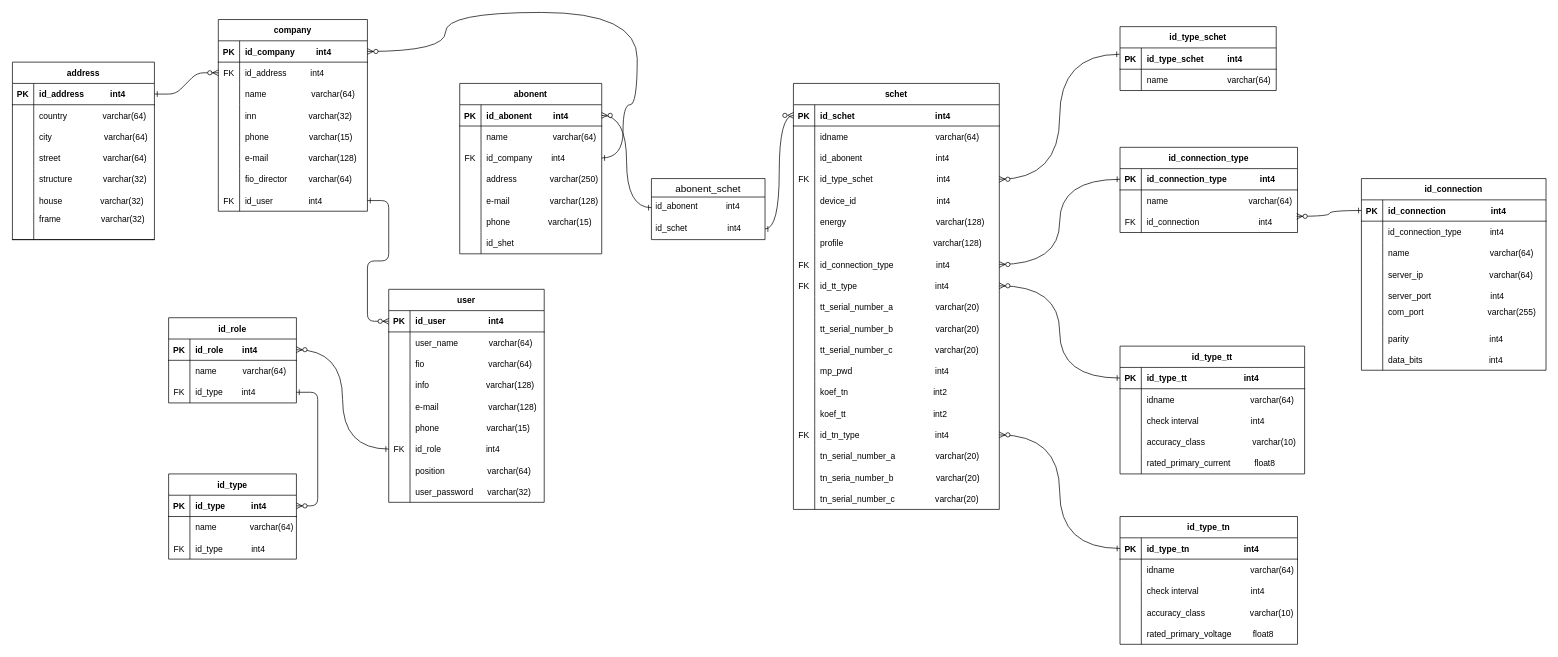
Earlier version of the draw.io diagram Диаграмма без названия.drawio (Leonid-Shashkin/Postgres). Source tidied: cells renumbered, new cells numbered last; positions are measured from the earlier drawing's top-left corner, leaving out a move shared by most shapes. Both pictures are drawn from the tidied source at 71%, with x=0, y=0 at pixel (12, 12).
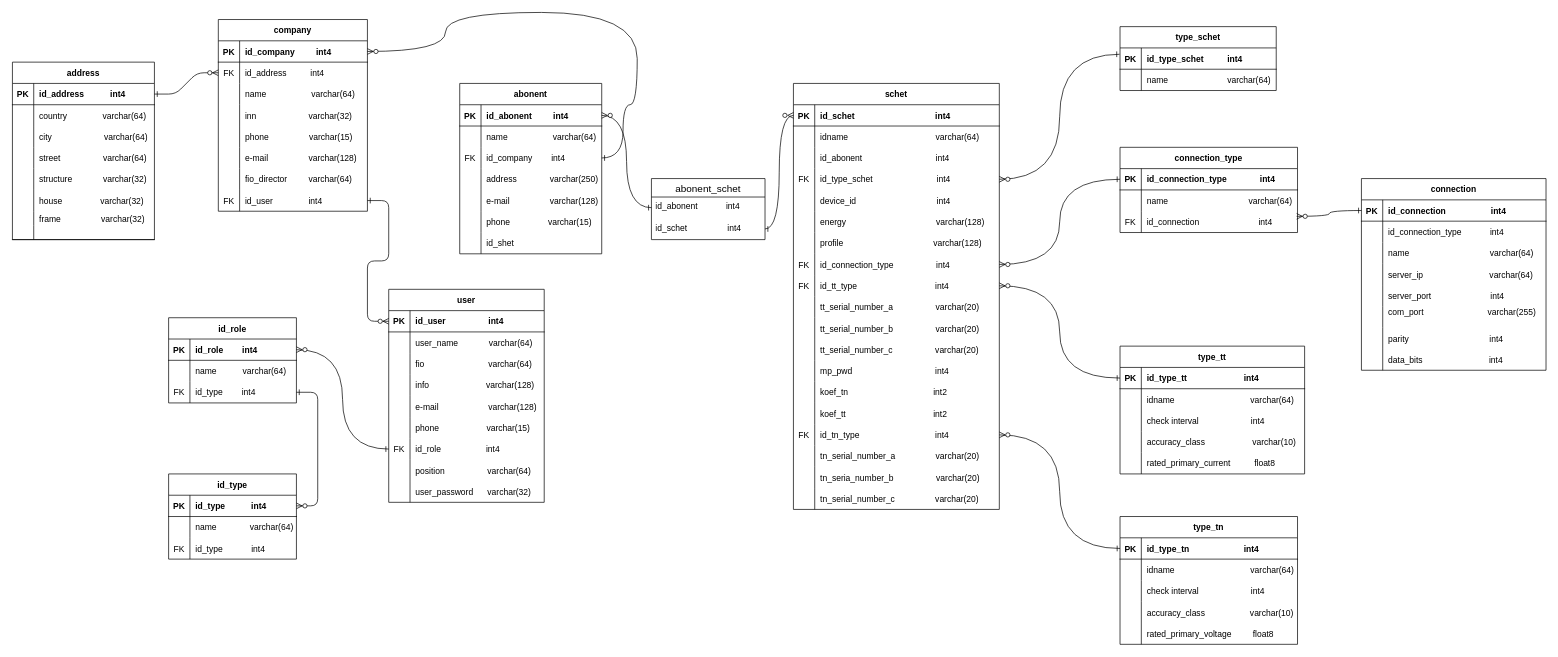
Above is the later version.

Change to the diagram source:
```diff
@@
-    <mxCell id="163" value="id_type_tn" style="shape=table;startSize=30;childLayout=tableLayout;rowLines=0;fontStyle=1;align=center;" parent="1" vertex="1">
+    <mxCell id="163" value="type_tn" style="shape=table;startSize=30;childLayout=tableLayout;rowLines=0;fontStyle=1;align=center;" parent="1" vertex="1">
       <mxGeometry x="1560" y="710" width="250" height="180" as="geometry" />
     </mxCell>
@@
-    <mxCell id="179" value="id_type_tt" style="shape=table;startSize=30;childLayout=tableLayout;rowLines=0;fontStyle=1;align=center;" parent="1" vertex="1">
+    <mxCell id="179" value="type_tt" style="shape=table;startSize=30;childLayout=tableLayout;rowLines=0;fontStyle=1;align=center;" parent="1" vertex="1">
       <mxGeometry x="1560" y="470" width="260" height="180" as="geometry" />
     </mxCell>
@@
-    <mxCell id="197" value="id_connection" style="shape=table;startSize=30;childLayout=tableLayout;rowLines=0;fontStyle=1;align=center;" parent="1" vertex="1">
+    <mxCell id="197" value="connection" style="shape=table;startSize=30;childLayout=tableLayout;rowLines=0;fontStyle=1;align=center;" parent="1" vertex="1">
       <mxGeometry x="1900" y="234" width="260" height="270" as="geometry" />
     </mxCell>
@@
-    <mxCell id="222" value="id_connection_type" style="shape=table;startSize=30;childLayout=tableLayout;rowLines=0;fontStyle=1;align=center;" parent="1" vertex="1">
+    <mxCell id="222" value="connection_type" style="shape=table;startSize=30;childLayout=tableLayout;rowLines=0;fontStyle=1;align=center;" parent="1" vertex="1">
       <mxGeometry x="1560" y="190" width="250" height="120" as="geometry" />
     </mxCell>
@@
-    <mxCell id="234" value="id_type_schet" style="shape=table;startSize=30;childLayout=tableLayout;rowLines=0;fontStyle=1;align=center;" parent="1" vertex="1">
+    <mxCell id="234" value="type_schet" style="shape=table;startSize=30;childLayout=tableLayout;rowLines=0;fontStyle=1;align=center;" parent="1" vertex="1">
       <mxGeometry x="1560" y="20" width="220" height="90" as="geometry" />
     </mxCell>
```
